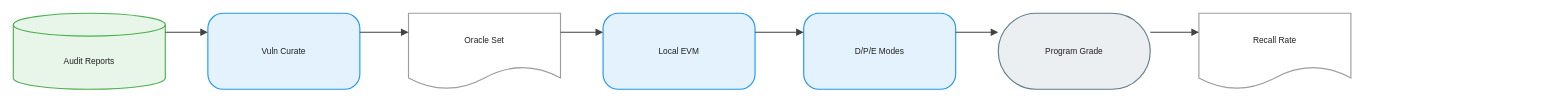
Earlier version of the draw.io diagram client/public/drawio/EVMbench/EVMbench.en.drawio (joe1chief/benchmark-hub). Source tidied: cells renumbered, new cells numbered last; positions are measured from the earlier drawing's top-left corner, leaving out a move shared by most shapes. Both pictures are drawn from the tidied source at 76%, with x=0, y=0 at pixel (13, 13).
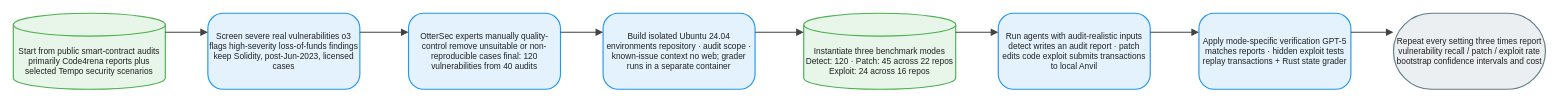
After the change.

Change to the diagram source:
```diff
@@
 <mxGraphModel background="#FFFFFF">
   <root>
     <mxCell id="0" />
     <mxCell id="1" parent="0" />
-    <mxCell id="2" value="Audit Reports" style="shape=cylinder3;boundedLbl=1;backgroundOutline=1;size=15;html=1;whiteSpace=wrap;fillColor=#E8F5E9;strokeColor=#4CAF50;strokeWidth=1.5;fontColor=#212121;fontSize=11;fontFamily=Arial, Helvetica, sans-serif;verticalAlign=middle;align=center;" parent="1" vertex="1">
+    <mxCell id="2" value="Start from public smart-contract audits primarily Code4rena reports plus selected Tempo security scenarios" style="shape=cylinder3;boundedLbl=1;backgroundOutline=1;size=15;html=1;whiteSpace=wrap;fillColor=#E8F5E9;strokeColor=#4CAF50;strokeWidth=1.5;fontColor=#212121;fontSize=11;fontFamily=Arial, Helvetica, sans-serif;verticalAlign=middle;align=center;" parent="1" vertex="1">
       <mxGeometry width="200" height="100" as="geometry" />
     </mxCell>
-    <mxCell id="3" value="Vuln Curate" style="rounded=1;arcSize=20;html=1;whiteSpace=wrap;fillColor=#E3F2FD;strokeColor=#2196F3;strokeWidth=1.5;fontColor=#212121;fontSize=11;fontFamily=Arial, Helvetica, sans-serif;verticalAlign=middle;align=center;" parent="1" vertex="1">
+    <mxCell id="3" value="Screen severe real vulnerabilities o3 flags high-severity loss-of-funds findings keep Solidity, post-Jun-2023, licensed cases" style="rounded=1;arcSize=20;html=1;whiteSpace=wrap;fillColor=#E3F2FD;strokeColor=#2196F3;strokeWidth=1.5;fontColor=#212121;fontSize=11;fontFamily=Arial, Helvetica, sans-serif;verticalAlign=middle;align=center;" parent="1" vertex="1">
       <mxGeometry x="256" width="200" height="100" as="geometry" />
     </mxCell>
-    <mxCell id="4" value="Oracle Set" style="shape=document;boundedLbl=1;html=1;whiteSpace=wrap;fillColor=#FFFFFF;strokeColor=#9E9E9E;strokeWidth=1.5;fontColor=#212121;fontSize=11;fontFamily=Arial, Helvetica, sans-serif;verticalAlign=middle;align=center;" parent="1" vertex="1">
+    <mxCell id="4" value="OtterSec experts manually quality-control remove unsuitable or non-reproducible cases final: 120 vulnerabilities from 40 audits" style="rounded=1;arcSize=20;html=1;whiteSpace=wrap;fillColor=#E3F2FD;strokeColor=#2196F3;strokeWidth=1.5;fontColor=#212121;fontSize=11;fontFamily=Arial, Helvetica, sans-serif;verticalAlign=middle;align=center;" parent="1" vertex="1">
       <mxGeometry x="520" width="200" height="100" as="geometry" />
     </mxCell>
-    <mxCell id="5" value="Local EVM" style="rounded=1;arcSize=20;html=1;whiteSpace=wrap;fillColor=#E3F2FD;strokeColor=#2196F3;strokeWidth=1.5;fontColor=#212121;fontSize=11;fontFamily=Arial, Helvetica, sans-serif;verticalAlign=middle;align=center;" parent="1" vertex="1">
+    <mxCell id="5" value="Build isolated Ubuntu 24.04 environments repository · audit scope · known-issue context no web; grader runs in a separate container" style="rounded=1;arcSize=20;html=1;whiteSpace=wrap;fillColor=#E3F2FD;strokeColor=#2196F3;strokeWidth=1.5;fontColor=#212121;fontSize=11;fontFamily=Arial, Helvetica, sans-serif;verticalAlign=middle;align=center;" parent="1" vertex="1">
       <mxGeometry x="776" width="200" height="100" as="geometry" />
     </mxCell>
-    <mxCell id="6" value="D/P/E Modes" style="rounded=1;arcSize=20;html=1;whiteSpace=wrap;fillColor=#E3F2FD;strokeColor=#2196F3;strokeWidth=1.5;fontColor=#212121;fontSize=11;fontFamily=Arial, Helvetica, sans-serif;verticalAlign=middle;align=center;" parent="1" vertex="1">
+    <mxCell id="6" value="Instantiate three benchmark modes Detect: 120 · Patch: 45 across 22 repos Exploit: 24 across 16 repos" style="shape=cylinder3;boundedLbl=1;backgroundOutline=1;size=15;html=1;whiteSpace=wrap;fillColor=#E8F5E9;strokeColor=#4CAF50;strokeWidth=1.5;fontColor=#212121;fontSize=11;fontFamily=Arial, Helvetica, sans-serif;verticalAlign=middle;align=center;" parent="1" vertex="1">
       <mxGeometry x="1040" width="200" height="100" as="geometry" />
     </mxCell>
-    <mxCell id="7" value="Program Grade" style="rounded=1;arcSize=50;html=1;whiteSpace=wrap;fillColor=#ECEFF1;strokeColor=#607D8B;strokeWidth=1.5;fontColor=#212121;fontSize=11;fontFamily=Arial, Helvetica, sans-serif;verticalAlign=middle;align=center;" parent="1" vertex="1">
+    <mxCell id="7" value="Run agents with audit-realistic inputs detect writes an audit report · patch edits code exploit submits transactions to local Anvil" style="rounded=1;arcSize=20;html=1;whiteSpace=wrap;fillColor=#E3F2FD;strokeColor=#2196F3;strokeWidth=1.5;fontColor=#212121;fontSize=11;fontFamily=Arial, Helvetica, sans-serif;verticalAlign=middle;align=center;" parent="1" vertex="1">
       <mxGeometry x="1296" width="200" height="100" as="geometry" />
     </mxCell>
-    <mxCell id="8" value="Recall Rate" style="shape=document;boundedLbl=1;html=1;whiteSpace=wrap;fillColor=#FFFFFF;strokeColor=#9E9E9E;strokeWidth=1.5;fontColor=#212121;fontSize=11;fontFamily=Arial, Helvetica, sans-serif;verticalAlign=middle;align=center;" parent="1" vertex="1">
+    <mxCell id="8" value="Apply mode-specific verification GPT-5 matches reports · hidden exploit tests replay transactions + Rust state grader" style="rounded=1;arcSize=20;html=1;whiteSpace=wrap;fillColor=#E3F2FD;strokeColor=#2196F3;strokeWidth=1.5;fontColor=#212121;fontSize=11;fontFamily=Arial, Helvetica, sans-serif;verticalAlign=middle;align=center;" parent="1" vertex="1">
       <mxGeometry x="1560" width="200" height="100" as="geometry" />
     </mxCell>
-    <mxCell id="9" style="edgeStyle=orthogonalEdgeStyle;rounded=0;jettySize=auto;html=1;strokeColor=#424242;strokeWidth=1.5;endArrow=block;endFill=1;exitX=1;exitY=0.25;exitDx=0;exitDy=0;entryX=0;entryY=0.25;entryDx=0;entryDy=0;jumpStyle=arc;jumpSize=8;" parent="1" edge="1" source="2" target="3">
-      <mxGeometry relative="1" as="geometry" />
+    <mxCell id="9" value="Repeat every setting three times report vulnerability recall / patch / exploit rate bootstrap confidence intervals and cost" style="rounded=1;arcSize=50;html=1;whiteSpace=wrap;fillColor=#ECEFF1;strokeColor=#607D8B;strokeWidth=1.5;fontColor=#212121;fontSize=11;fontFamily=Arial, Helvetica, sans-serif;verticalAlign=middle;align=center;" parent="1" vertex="1">
+      <mxGeometry x="1816" width="200" height="100" as="geometry" />
     </mxCell>
-    <mxCell id="10" style="edgeStyle=orthogonalEdgeStyle;rounded=0;jettySize=auto;html=1;strokeColor=#424242;strokeWidth=1.5;endArrow=block;endFill=1;exitX=1;exitY=0.25;exitDx=0;exitDy=0;entryX=0;entryY=0.25;entryDx=0;entryDy=0;jumpStyle=arc;jumpSize=8;" parent="1" edge="1" source="3" target="4">
+    <mxCell id="10" style="edgeStyle=orthogonalEdgeStyle;rounded=0;jettySize=auto;html=1;strokeColor=#424242;strokeWidth=1.5;endArrow=block;endFill=1;exitX=1;exitY=0.25;exitDx=0;exitDy=0;entryX=0;entryY=0.25;entryDx=0;entryDy=0;jumpStyle=arc;jumpSize=8;" parent="1" edge="1" source="2" target="3">
       <mxGeometry relative="1" as="geometry" />
     </mxCell>
-    <mxCell id="11" style="edgeStyle=orthogonalEdgeStyle;rounded=0;jettySize=auto;html=1;strokeColor=#424242;strokeWidth=1.5;endArrow=block;endFill=1;exitX=1;exitY=0.25;exitDx=0;exitDy=0;entryX=0;entryY=0.25;entryDx=0;entryDy=0;jumpStyle=arc;jumpSize=8;" parent="1" edge="1" source="4" target="5">
+    <mxCell id="11" style="edgeStyle=orthogonalEdgeStyle;rounded=0;jettySize=auto;html=1;strokeColor=#424242;strokeWidth=1.5;endArrow=block;endFill=1;exitX=1;exitY=0.25;exitDx=0;exitDy=0;entryX=0;entryY=0.25;entryDx=0;entryDy=0;jumpStyle=arc;jumpSize=8;" parent="1" edge="1" source="3" target="4">
       <mxGeometry relative="1" as="geometry" />
     </mxCell>
-    <mxCell id="12" style="edgeStyle=orthogonalEdgeStyle;rounded=0;jettySize=auto;html=1;strokeColor=#424242;strokeWidth=1.5;endArrow=block;endFill=1;exitX=1;exitY=0.25;exitDx=0;exitDy=0;entryX=0;entryY=0.25;entryDx=0;entryDy=0;jumpStyle=arc;jumpSize=8;" parent="1" edge="1" source="5" target="6">
+    <mxCell id="12" style="edgeStyle=orthogonalEdgeStyle;rounded=0;jettySize=auto;html=1;strokeColor=#424242;strokeWidth=1.5;endArrow=block;endFill=1;exitX=1;exitY=0.25;exitDx=0;exitDy=0;entryX=0;entryY=0.25;entryDx=0;entryDy=0;jumpStyle=arc;jumpSize=8;" parent="1" edge="1" source="4" target="5">
       <mxGeometry relative="1" as="geometry" />
     </mxCell>
-    <mxCell id="13" style="edgeStyle=orthogonalEdgeStyle;rounded=0;jettySize=auto;html=1;strokeColor=#424242;strokeWidth=1.5;endArrow=block;endFill=1;exitX=1;exitY=0.25;exitDx=0;exitDy=0;entryX=0;entryY=0.25;entryDx=0;entryDy=0;jumpStyle=arc;jumpSize=8;" parent="1" edge="1" source="6" target="7">
+    <mxCell id="13" style="edgeStyle=orthogonalEdgeStyle;rounded=0;jettySize=auto;html=1;strokeColor=#424242;strokeWidth=1.5;endArrow=block;endFill=1;exitX=1;exitY=0.25;exitDx=0;exitDy=0;entryX=0;entryY=0.25;entryDx=0;entryDy=0;jumpStyle=arc;jumpSize=8;" parent="1" edge="1" source="5" target="6">
       <mxGeometry relative="1" as="geometry" />
     </mxCell>
-    <mxCell id="14" style="edgeStyle=orthogonalEdgeStyle;rounded=0;jettySize=auto;html=1;strokeColor=#424242;strokeWidth=1.5;endArrow=block;endFill=1;exitX=1;exitY=0.25;exitDx=0;exitDy=0;entryX=0;entryY=0.25;entryDx=0;entryDy=0;jumpStyle=arc;jumpSize=8;" parent="1" edge="1" source="7" target="8">
+    <mxCell id="14" style="edgeStyle=orthogonalEdgeStyle;rounded=0;jettySize=auto;html=1;strokeColor=#424242;strokeWidth=1.5;endArrow=block;endFill=1;exitX=1;exitY=0.25;exitDx=0;exitDy=0;entryX=0;entryY=0.25;entryDx=0;entryDy=0;jumpStyle=arc;jumpSize=8;" parent="1" edge="1" source="6" target="7">
       <mxGeometry relative="1" as="geometry" />
     </mxCell>
+    <mxCell id="15" style="edgeStyle=orthogonalEdgeStyle;rounded=0;jettySize=auto;html=1;strokeColor=#424242;strokeWidth=1.5;endArrow=block;endFill=1;exitX=1;exitY=0.25;exitDx=0;exitDy=0;entryX=0;entryY=0.25;entryDx=0;entryDy=0;jumpStyle=arc;jumpSize=8;" parent="1" edge="1" source="7" target="8">
+      <mxGeometry relative="1" as="geometry" />
+    </mxCell>
+    <mxCell id="16" style="edgeStyle=orthogonalEdgeStyle;rounded=0;jettySize=auto;html=1;strokeColor=#424242;strokeWidth=1.5;endArrow=block;endFill=1;exitX=1;exitY=0.25;exitDx=0;exitDy=0;entryX=0;entryY=0.25;entryDx=0;entryDy=0;jumpStyle=arc;jumpSize=8;" parent="1" edge="1" source="8" target="9">
+      <mxGeometry relative="1" as="geometry" />
+    </mxCell>
   </root>
 </mxGraphModel>
```
